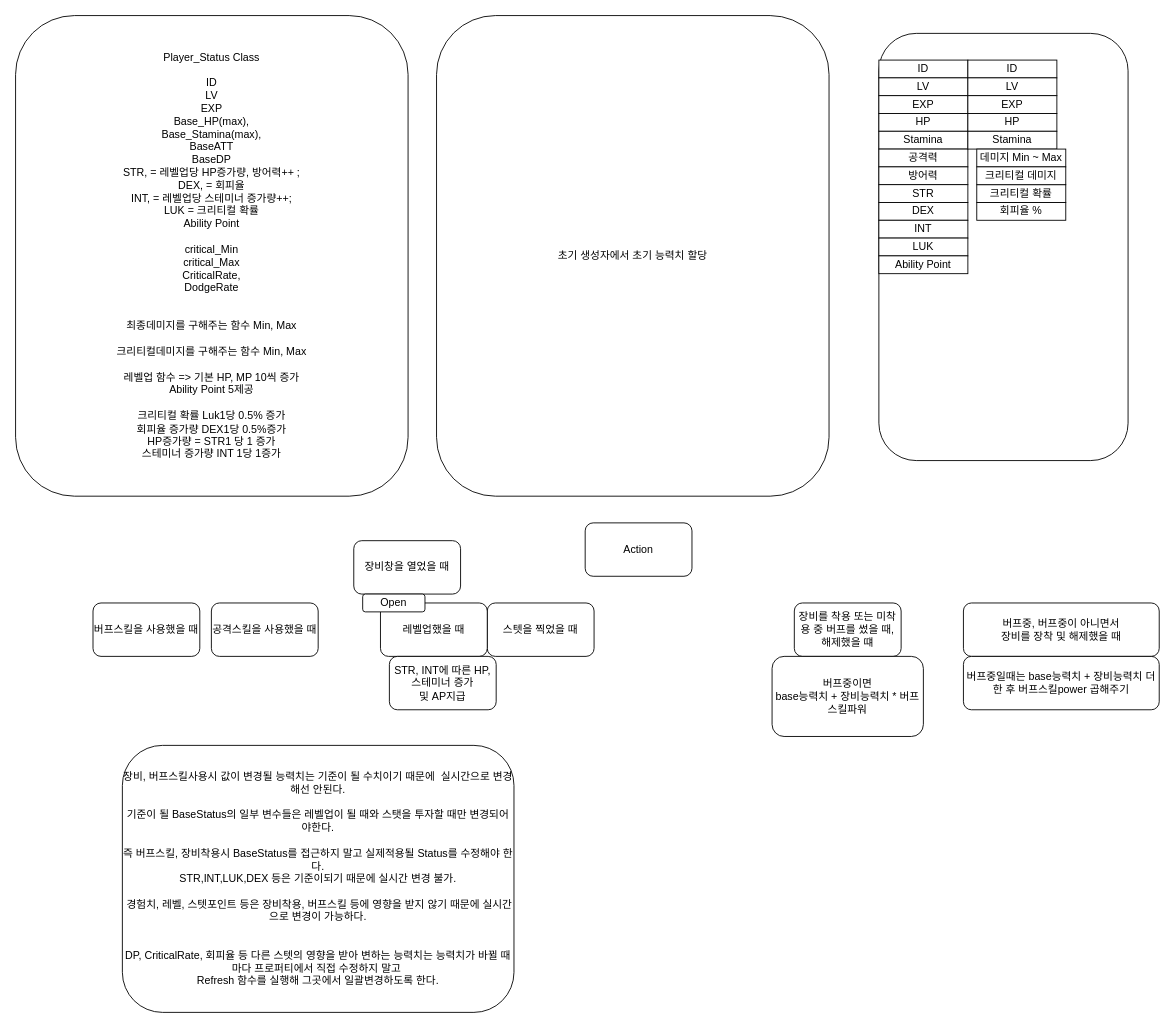
Before: 다이어그램/플레이어 Status.drawio in steelfs/JY, a draw.io diagram. Source tidied: cells renumbered, new cells numbered last; positions are measured from the earlier drawing's top-left corner, leaving out a move shared by most shapes. Both pictures are drawn from the tidied source at 89%, with x=0, y=0 at pixel (15, 15).
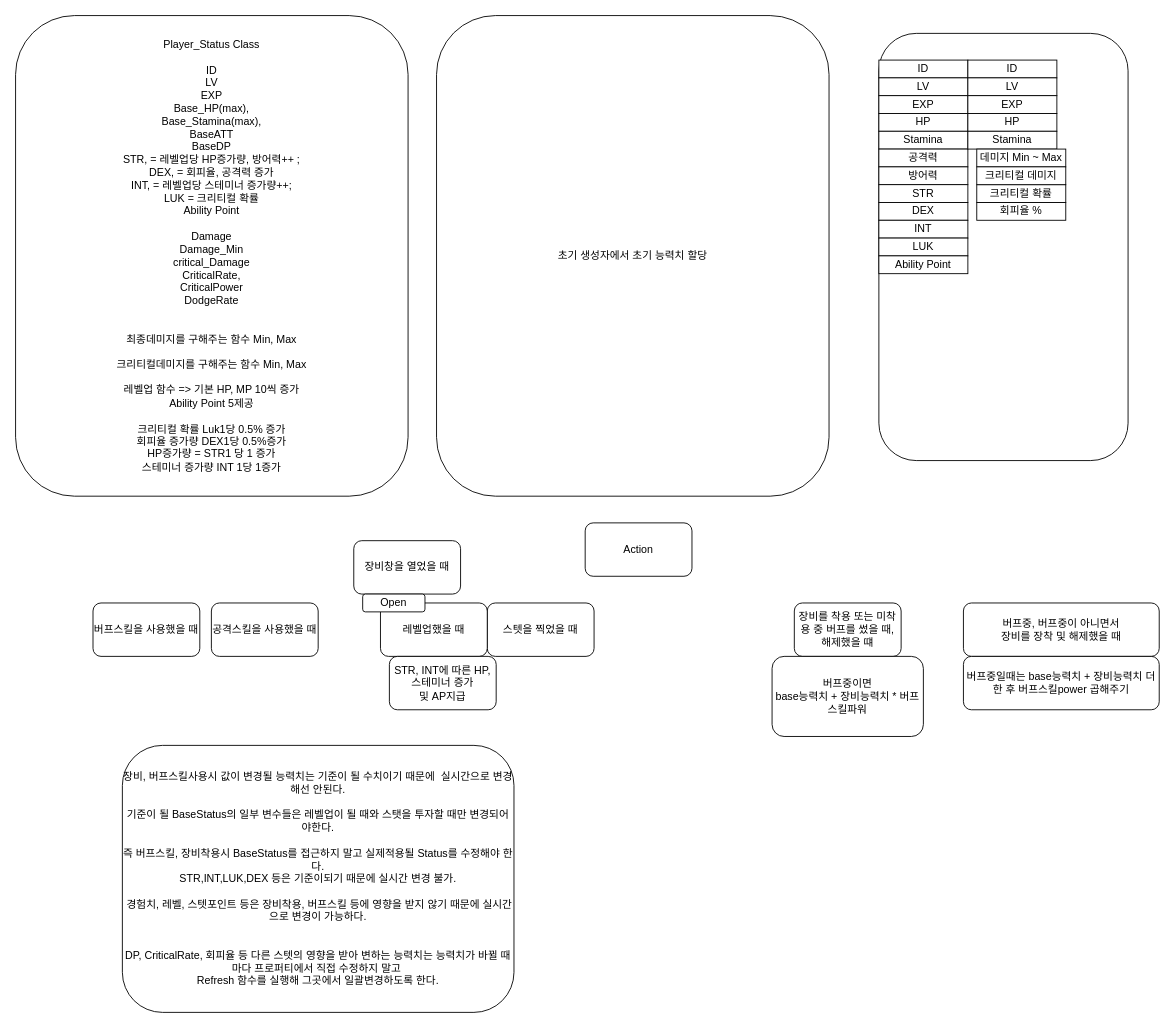
The same page after the edit.

What changed in the source:
```diff
@@
-    <mxCell id="2" value="Player_Status Class&lt;br&gt;&lt;br&gt;ID&lt;br&gt;LV&lt;br&gt;EXP&lt;br&gt;Base_HP(max),&lt;br&gt;Base_Stamina(max),&lt;br&gt;BaseATT&lt;br&gt;BaseDP&lt;br&gt;STR, = 레벨업당 HP증가량, 방어력++ ;&lt;br&gt;DEX, = 회피율&lt;br&gt;INT, = 레벨업당 스테미너 증가량++;&lt;br&gt;LUK = 크리티컬 확률&lt;br&gt;Ability Point&lt;br&gt;&lt;br&gt;critical_Min&lt;br&gt;critical_Max&lt;br&gt;CriticalRate,&lt;br&gt;DodgeRate&lt;br&gt;&lt;br&gt;&lt;br&gt;최종데미지를 구해주는 함수 Min, Max&lt;br&gt;&lt;br&gt;크리티컬데미지를 구해주는 함수 Min, Max&lt;br&gt;&lt;br&gt;레벨업 함수 =&amp;gt; 기본 HP, MP 10씩 증가&lt;br&gt;Ability Point 5제공&lt;br&gt;&lt;br&gt;크리티컬 확률 Luk1당 0.5% 증가&lt;br&gt;회피율 증가량 DEX1당 0.5%증가&lt;br&gt;HP증가량 = STR1 당 1 증가&lt;br&gt;스테미너 증가량 INT 1당 1증가" style="rounded=1;whiteSpace=wrap;html=1;" parent="1" vertex="1">
+    <mxCell id="2" value="Player_Status Class&lt;br&gt;&lt;br&gt;ID&lt;br&gt;LV&lt;br&gt;EXP&lt;br&gt;Base_HP(max),&lt;br&gt;Base_Stamina(max),&lt;br&gt;BaseATT&lt;br&gt;BaseDP&lt;br&gt;STR, = 레벨업당 HP증가량, 방어력++ ;&lt;br&gt;DEX, = 회피율, 공격력 증가&lt;br&gt;INT, = 레벨업당 스테미너 증가량++;&lt;br&gt;LUK = 크리티컬 확률&lt;br&gt;Ability Point&lt;br&gt;&lt;br&gt;Damage&lt;br&gt;Damage_Min&lt;br&gt;critical_Damage&lt;br&gt;CriticalRate,&lt;br&gt;CriticalPower&lt;br&gt;DodgeRate&lt;br&gt;&lt;br&gt;&lt;br&gt;최종데미지를 구해주는 함수 Min, Max&lt;br&gt;&lt;br&gt;크리티컬데미지를 구해주는 함수 Min, Max&lt;br&gt;&lt;br&gt;레벨업 함수 =&amp;gt; 기본 HP, MP 10씩 증가&lt;br&gt;Ability Point 5제공&lt;br&gt;&lt;br&gt;크리티컬 확률 Luk1당 0.5% 증가&lt;br&gt;회피율 증가량 DEX1당 0.5%증가&lt;br&gt;HP증가량 = STR1 당 1 증가&lt;br&gt;스테미너 증가량 INT 1당 1증가" style="rounded=1;whiteSpace=wrap;html=1;" parent="1" vertex="1">
       <mxGeometry width="441" height="540" as="geometry" />
     </mxCell>
```
